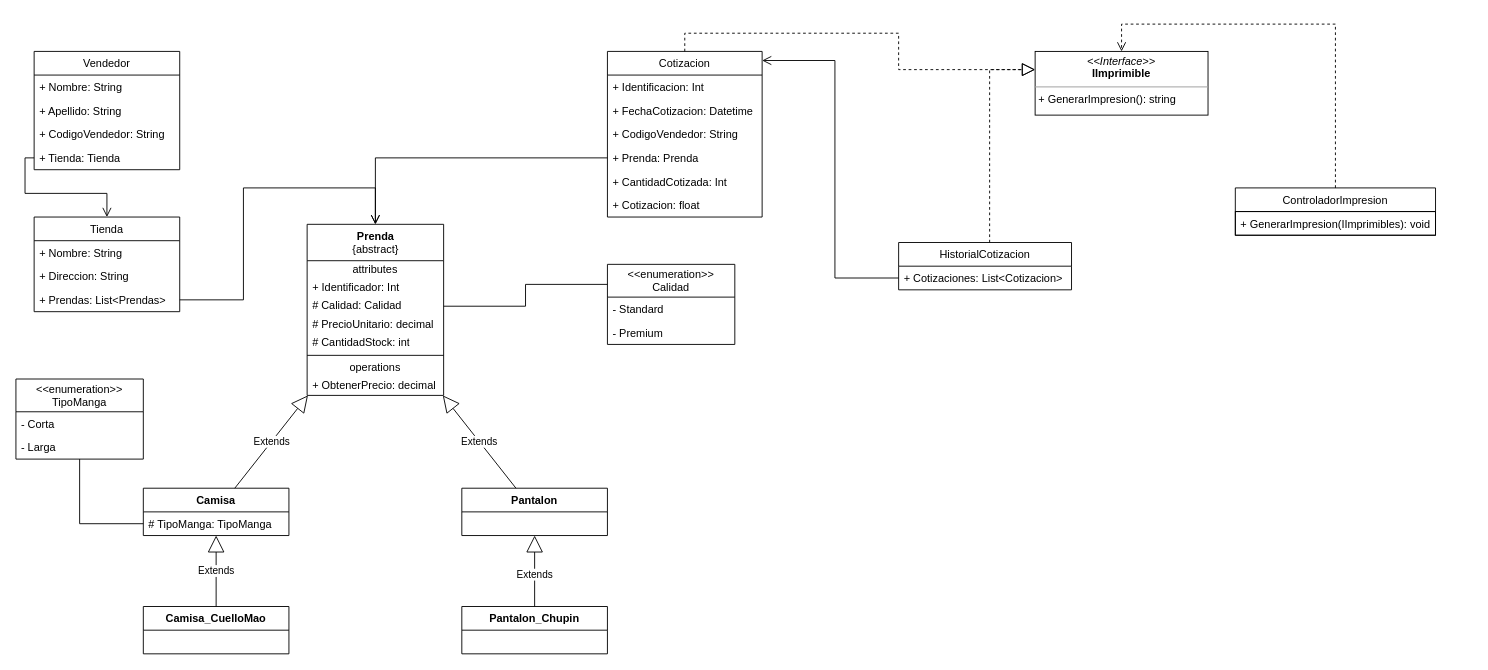
Above: Diagrama UML.drawio in Kazte/ventas-app (draw.io), before the change. Source tidied: cells renumbered, new cells numbered last; positions are measured from the earlier drawing's top-left corner, leaving out a move shared by most shapes. Both pictures are drawn from the tidied source at 91%, with x=0, y=0 at pixel (15, 24).
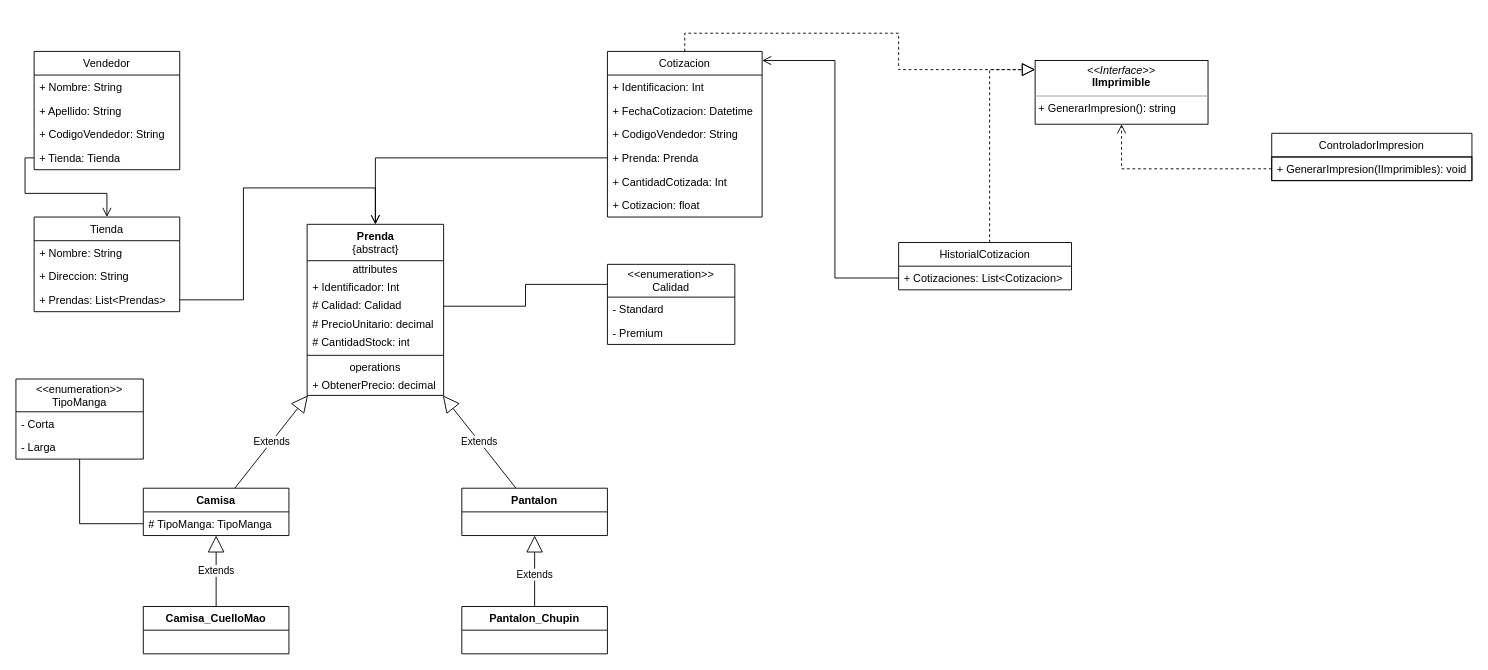
After the change.

The change refers to these unchanged cells:
```xml
<mxCell id="44" value="+ GenerarImpresion(IImprimibles): void" style="text;strokeColor=default;fillColor=none;align=left;verticalAlign=top;spacingLeft=4;spacingRight=4;overflow=hidden;points=[[0,0.5],[1,0.5]];portConstraint=eastwest;" parent="43" vertex="1">
  <mxGeometry y="26" width="220" height="26" as="geometry" />
</mxCell>
```

What changed in the source:
```diff
@@
     <mxCell id="40" value="&lt;p style=&quot;margin:0px;margin-top:4px;text-align:center;&quot;&gt;&lt;i&gt;&amp;lt;&amp;lt;Interface&amp;gt;&amp;gt;&lt;/i&gt;&lt;br&gt;&lt;b&gt;IImprimible&lt;/b&gt;&lt;/p&gt;&lt;hr size=&quot;1&quot;&gt;&lt;p style=&quot;margin:0px;margin-left:4px;&quot;&gt;+ GenerarImpresion(): string&lt;/p&gt;" style="verticalAlign=top;align=left;overflow=fill;fontSize=12;fontFamily=Helvetica;html=1;" parent="1" vertex="1">
-      <mxGeometry x="1120" y="30" width="190" height="70" as="geometry" />
+      <mxGeometry x="1120" y="40" width="190" height="70" as="geometry" />
     </mxCell>
@@
     <mxCell id="43" value="ControladorImpresion" style="swimlane;fontStyle=0;horizontal=1;startSize=26;fillColor=none;" parent="1" vertex="1">
-      <mxGeometry x="1340" y="180" width="220" height="52" as="geometry" />
+      <mxGeometry x="1380" y="120" width="220" height="52" as="geometry" />
     </mxCell>
@@
-    <mxCell id="55" style="endArrow=open;startArrow=none;endFill=0;startFill=0;endSize=8;html=1;verticalAlign=bottom;labelBackgroundColor=none;strokeWidth=1;rounded=0;edgeStyle=orthogonalEdgeStyle;dashed=1;" parent="1" edge="1" source="43" target="40">
-      <mxGeometry relative="1" as="geometry">
-        <Array as="points">
-          <mxPoint x="1450" />
-          <mxPoint x="1215" />
-        </Array>
-      </mxGeometry>
+    <mxCell id="55" style="endArrow=open;startArrow=none;endFill=0;startFill=0;endSize=8;html=1;verticalAlign=bottom;labelBackgroundColor=none;strokeWidth=1;rounded=0;edgeStyle=orthogonalEdgeStyle;dashed=1;" parent="1" edge="1" source="44" target="40">
+      <mxGeometry relative="1" as="geometry" />
     </mxCell>
```
